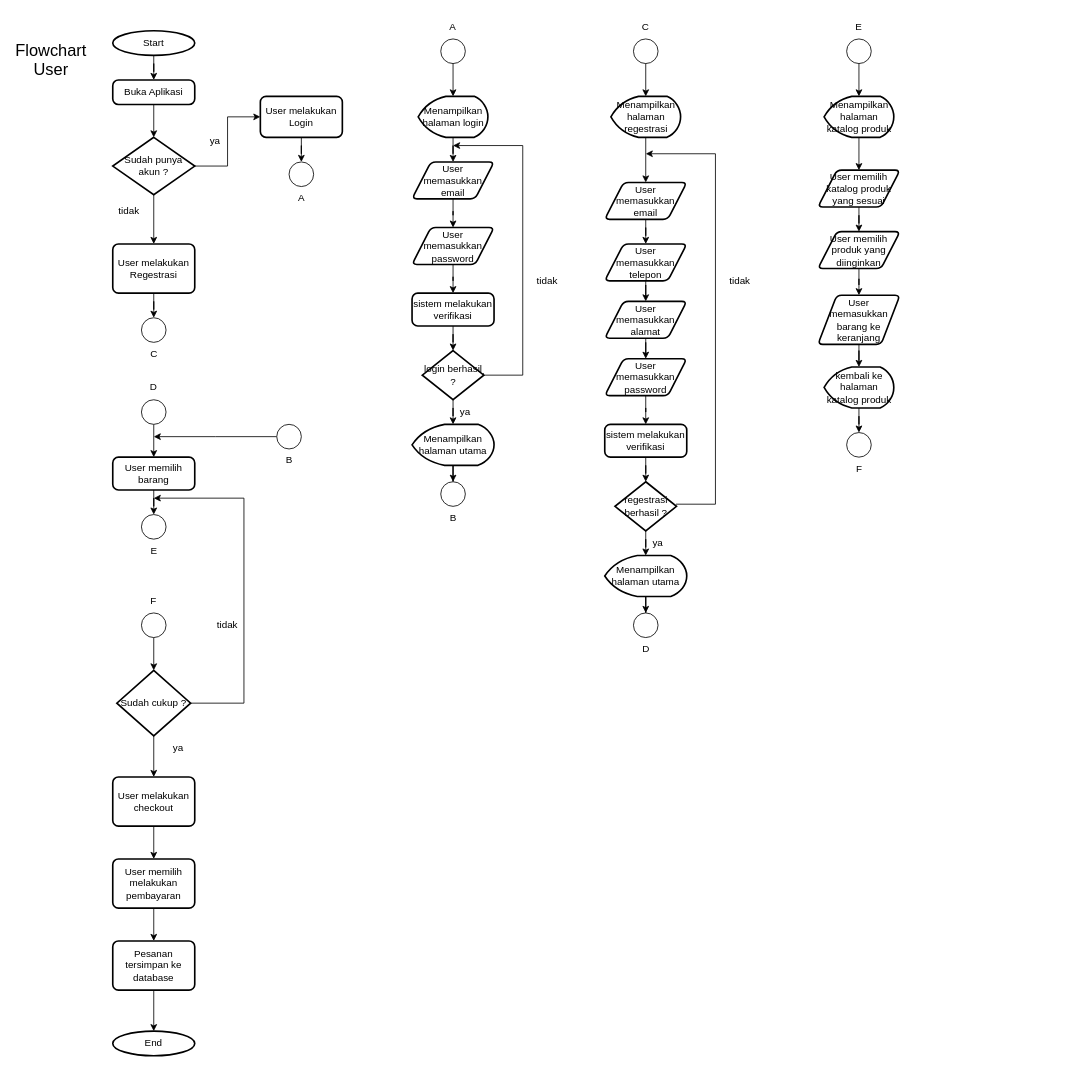
Above: Flowchart Ecomerce Elektronik.drawio in zerocode0806/Flowchart-E-Comerce-Elektronik (draw.io), before the change. Source tidied: cells renumbered, new cells numbered last; positions are measured from the earlier drawing's top-left corner, leaving out a move shared by most shapes. Both pictures are drawn from the tidied source at 82%, with x=0, y=0 at pixel (14, 14).
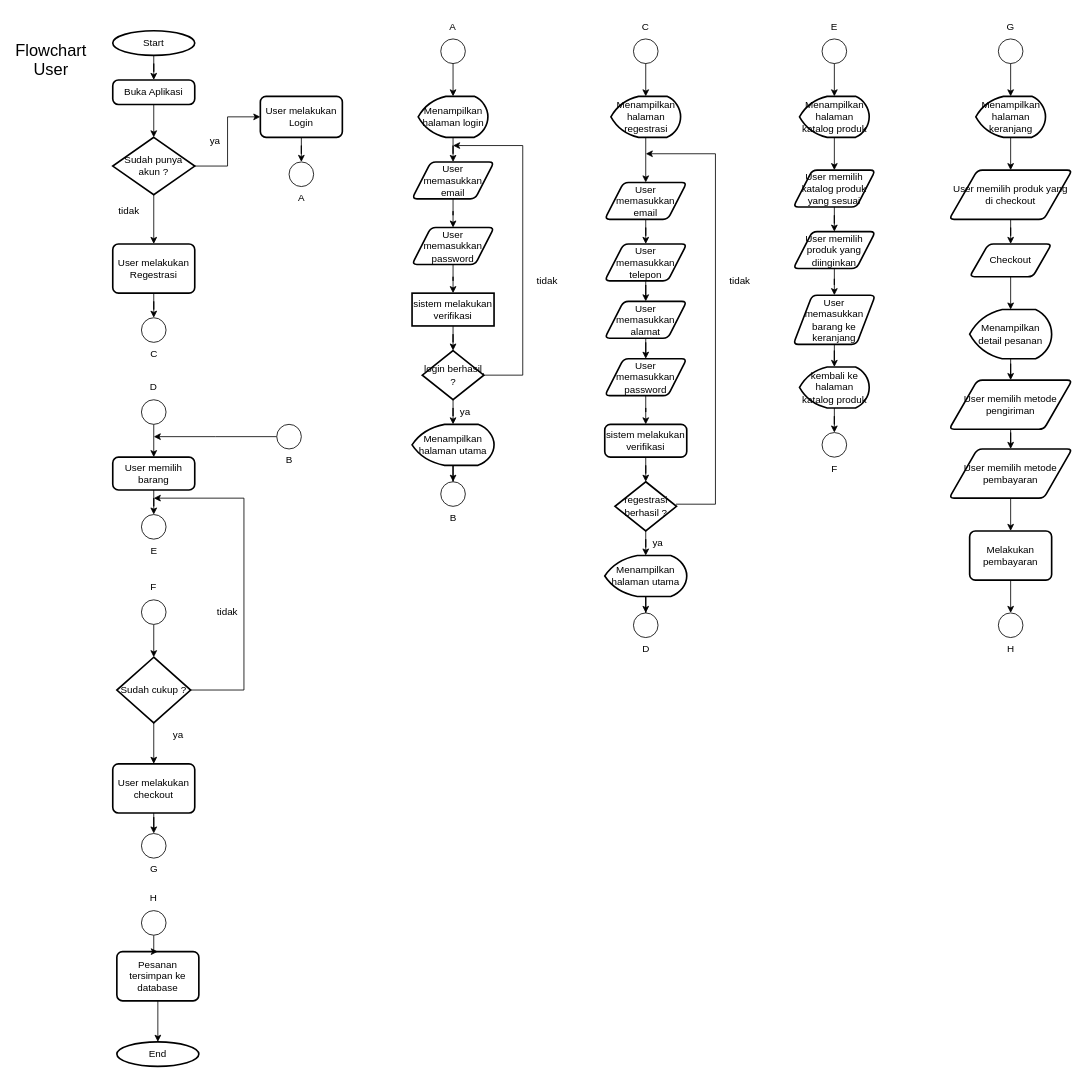
The same diagram, later.

Diff of the diagram source:
```diff
@@
     <mxCell id="16" style="edgeStyle=orthogonalEdgeStyle;rounded=0;jettySize=auto;html=1;exitX=1;exitY=0.5;exitDx=0;exitDy=0;exitPerimeter=0;" parent="1" edge="1" source="17">
       <mxGeometry relative="1" as="geometry">
         <mxPoint x="170" y="590" as="targetPoint" />
         <Array as="points">
-          <mxPoint x="280" y="840" />
+          <mxPoint x="280" y="824" />
           <mxPoint x="280" y="590" />
         </Array>
       </mxGeometry>
     </mxCell>
     <mxCell id="17" value="Sudah cukup ?" style="strokeWidth=2;html=1;shape=mxgraph.flowchart.decision;whiteSpace=wrap;" parent="1" vertex="1">
-      <mxGeometry x="125" y="800" width="90" height="80" as="geometry" />
+      <mxGeometry x="125" y="784" width="90" height="80" as="geometry" />
     </mxCell>
     <mxCell id="18" value="tidak" style="text;html=1;whiteSpace=wrap;strokeColor=none;fillColor=none;align=center;verticalAlign=middle;rounded=0;" parent="1" vertex="1">
-      <mxGeometry x="230" y="730" width="60" height="30" as="geometry" />
+      <mxGeometry x="230" y="714" width="60" height="30" as="geometry" />
     </mxCell>
-    <mxCell id="19" style="edgeStyle=orthogonalEdgeStyle;rounded=0;jettySize=auto;html=1;entryX=0.5;entryY=0;entryDx=0;entryDy=0;" parent="1" edge="1" source="20" target="23">
-      <mxGeometry relative="1" as="geometry" />
-    </mxCell>
     <mxCell id="20" value="User melakukan checkout" style="rounded=1;whiteSpace=wrap;html=1;absoluteArcSize=1;arcSize=14;strokeWidth=2;" parent="1" vertex="1">
-      <mxGeometry x="120" y="930" width="100" height="60" as="geometry" />
+      <mxGeometry x="120" y="914" width="100" height="60" as="geometry" />
     </mxCell>
     <mxCell id="21" value="ya" style="text;html=1;whiteSpace=wrap;strokeColor=none;fillColor=none;align=center;verticalAlign=middle;rounded=0;" parent="1" vertex="1">
-      <mxGeometry x="170" y="880" width="60" height="30" as="geometry" />
+      <mxGeometry x="170" y="864" width="60" height="30" as="geometry" />
     </mxCell>
-    <mxCell id="22" style="edgeStyle=orthogonalEdgeStyle;rounded=0;jettySize=auto;html=1;" parent="1" edge="1" source="23" target="25">
-      <mxGeometry relative="1" as="geometry" />
-    </mxCell>
-    <mxCell id="23" value="User memilih melakukan pembayaran" style="rounded=1;whiteSpace=wrap;html=1;absoluteArcSize=1;arcSize=14;strokeWidth=2;" parent="1" vertex="1">
-      <mxGeometry x="120" y="1030" width="100" height="60" as="geometry" />
-    </mxCell>
@@
     <mxCell id="25" value="Pesanan tersimpan ke database" style="rounded=1;whiteSpace=wrap;html=1;absoluteArcSize=1;arcSize=14;strokeWidth=2;" parent="1" vertex="1">
-      <mxGeometry x="120" y="1130" width="100" height="60" as="geometry" />
+      <mxGeometry x="125" y="1143" width="100" height="60" as="geometry" />
     </mxCell>
     <mxCell id="26" value="End" style="strokeWidth=2;html=1;shape=mxgraph.flowchart.start_1;whiteSpace=wrap;" parent="1" vertex="1">
-      <mxGeometry x="120" y="1240" width="100" height="30" as="geometry" />
+      <mxGeometry x="125" y="1253" width="100" height="30" as="geometry" />
     </mxCell>
@@
-    <mxCell id="39" value="sistem melakukan verifikasi" style="rounded=1;whiteSpace=wrap;html=1;absoluteArcSize=1;arcSize=14;strokeWidth=2;" parent="1" vertex="1">
+    <mxCell id="39" value="sistem melakukan verifikasi" style="rounded=1;whiteSpace=wrap;html=1;absoluteArcSize=1;arcSize=0;strokeWidth=2;" parent="1" vertex="1">
       <mxGeometry x="485" y="340" width="100" height="40" as="geometry" />
     </mxCell>
@@
     <mxCell id="78" value="&lt;div style=&quot;&quot;&gt;&lt;br&gt;&lt;/div&gt;" style="verticalLabelPosition=bottom;verticalAlign=top;html=1;shape=mxgraph.flowchart.on-page_reference;align=center;" parent="1" vertex="1">
-      <mxGeometry x="1015" y="30" width="30" height="30" as="geometry" />
+      <mxGeometry x="985" y="30" width="30" height="30" as="geometry" />
     </mxCell>
@@
     <mxCell id="80" value="Menampilkan halaman katalog produk" style="strokeWidth=2;html=1;shape=mxgraph.flowchart.display;whiteSpace=wrap;" parent="1" vertex="1">
-      <mxGeometry x="987.5" y="100" width="85" height="50" as="geometry" />
+      <mxGeometry x="957.5" y="100" width="85" height="50" as="geometry" />
     </mxCell>
@@
     <mxCell id="82" value="E" style="text;html=1;whiteSpace=wrap;strokeColor=none;fillColor=none;align=center;verticalAlign=middle;rounded=0;" parent="1" vertex="1">
-      <mxGeometry x="1000" width="60" height="30" as="geometry" />
+      <mxGeometry x="970" width="60" height="30" as="geometry" />
     </mxCell>
@@
     <mxCell id="84" value="User memilih katalog produk yang sesuai" style="shape=parallelogram;html=1;strokeWidth=2;perimeter=parallelogramPerimeter;whiteSpace=wrap;rounded=1;arcSize=12;size=0.23;" parent="1" vertex="1">
-      <mxGeometry x="980" y="190" width="100" height="45" as="geometry" />
+      <mxGeometry x="950" y="190" width="100" height="45" as="geometry" />
     </mxCell>
@@
     <mxCell id="86" value="User memilih produk yang diinginkan" style="shape=parallelogram;html=1;strokeWidth=2;perimeter=parallelogramPerimeter;whiteSpace=wrap;rounded=1;arcSize=12;size=0.23;" parent="1" vertex="1">
-      <mxGeometry x="980" y="265" width="100" height="45" as="geometry" />
+      <mxGeometry x="950" y="265" width="100" height="45" as="geometry" />
     </mxCell>
@@
     <mxCell id="88" value="User memasukkan barang ke keranjang" style="shape=parallelogram;html=1;strokeWidth=2;perimeter=parallelogramPerimeter;whiteSpace=wrap;rounded=1;arcSize=12;size=0.23;" parent="1" vertex="1">
-      <mxGeometry x="980" y="342.5" width="100" height="60" as="geometry" />
+      <mxGeometry x="950" y="342.5" width="100" height="60" as="geometry" />
     </mxCell>
@@
     <mxCell id="90" value="kembali ke halaman katalog produk" style="strokeWidth=2;html=1;shape=mxgraph.flowchart.display;whiteSpace=wrap;" parent="1" vertex="1">
-      <mxGeometry x="987.5" y="430" width="85" height="50" as="geometry" />
+      <mxGeometry x="957.5" y="430" width="85" height="50" as="geometry" />
     </mxCell>
     <mxCell id="91" value="F" style="verticalLabelPosition=bottom;verticalAlign=top;html=1;shape=mxgraph.flowchart.on-page_reference;" parent="1" vertex="1">
-      <mxGeometry x="1015" y="510" width="30" height="30" as="geometry" />
+      <mxGeometry x="985" y="510" width="30" height="30" as="geometry" />
     </mxCell>
@@
     <mxCell id="95" value="&lt;div style=&quot;&quot;&gt;&lt;br&gt;&lt;/div&gt;" style="verticalLabelPosition=bottom;verticalAlign=top;html=1;shape=mxgraph.flowchart.on-page_reference;align=center;" parent="1" vertex="1">
-      <mxGeometry x="155" y="730" width="30" height="30" as="geometry" />
+      <mxGeometry x="155" y="714" width="30" height="30" as="geometry" />
     </mxCell>
     <mxCell id="96" value="F" style="text;html=1;whiteSpace=wrap;strokeColor=none;fillColor=none;align=center;verticalAlign=middle;rounded=0;" parent="1" vertex="1">
-      <mxGeometry x="140" y="700" width="60" height="30" as="geometry" />
+      <mxGeometry x="140" y="684" width="60" height="30" as="geometry" />
     </mxCell>
+    <mxCell id="97" value="&lt;div style=&quot;&quot;&gt;&lt;br&gt;&lt;/div&gt;" style="verticalLabelPosition=bottom;verticalAlign=top;html=1;shape=mxgraph.flowchart.on-page_reference;align=center;" parent="1" vertex="1">
+      <mxGeometry x="1200" y="30" width="30" height="30" as="geometry" />
+    </mxCell>
+    <mxCell id="98" style="edgeStyle=orthogonalEdgeStyle;rounded=0;jettySize=auto;html=1;" parent="1" edge="1" source="99" target="107">
+      <mxGeometry relative="1" as="geometry" />
+    </mxCell>
+    <mxCell id="99" value="Menampilkan halaman keranjang" style="strokeWidth=2;html=1;shape=mxgraph.flowchart.display;whiteSpace=wrap;" parent="1" vertex="1">
+      <mxGeometry x="1172.5" y="100" width="85" height="50" as="geometry" />
+    </mxCell>
+    <mxCell id="100" style="edgeStyle=orthogonalEdgeStyle;rounded=0;jettySize=auto;html=1;entryX=0.5;entryY=0;entryDx=0;entryDy=0;entryPerimeter=0;" parent="1" edge="1" source="97" target="99">
+      <mxGeometry relative="1" as="geometry" />
+    </mxCell>
+    <mxCell id="101" value="G" style="text;html=1;whiteSpace=wrap;strokeColor=none;fillColor=none;align=center;verticalAlign=middle;rounded=0;" parent="1" vertex="1">
+      <mxGeometry x="1185" width="60" height="30" as="geometry" />
+    </mxCell>
+    <mxCell id="102" style="edgeStyle=orthogonalEdgeStyle;rounded=0;jettySize=auto;html=1;" parent="1" edge="1" source="103" target="105">
+      <mxGeometry relative="1" as="geometry" />
+    </mxCell>
+    <mxCell id="103" value="Checkout" style="shape=parallelogram;html=1;strokeWidth=2;perimeter=parallelogramPerimeter;whiteSpace=wrap;rounded=1;arcSize=12;size=0.23;" parent="1" vertex="1">
+      <mxGeometry x="1165" y="280" width="100" height="40" as="geometry" />
+    </mxCell>
+    <mxCell id="104" style="edgeStyle=orthogonalEdgeStyle;rounded=0;jettySize=auto;html=1;" parent="1" edge="1" source="105" target="109">
+      <mxGeometry relative="1" as="geometry" />
+    </mxCell>
+    <mxCell id="105" value="Menampilkan detail pesanan" style="strokeWidth=2;html=1;shape=mxgraph.flowchart.display;whiteSpace=wrap;" parent="1" vertex="1">
+      <mxGeometry x="1165" y="360" width="100" height="60" as="geometry" />
+    </mxCell>
+    <mxCell id="106" style="edgeStyle=orthogonalEdgeStyle;rounded=0;jettySize=auto;html=1;" parent="1" edge="1" source="107" target="103">
+      <mxGeometry relative="1" as="geometry" />
+    </mxCell>
+    <mxCell id="107" value="User memilih produk yang di checkout" style="shape=parallelogram;html=1;strokeWidth=2;perimeter=parallelogramPerimeter;whiteSpace=wrap;rounded=1;arcSize=12;size=0.23;" parent="1" vertex="1">
+      <mxGeometry x="1140" y="190" width="150" height="60" as="geometry" />
+    </mxCell>
+    <mxCell id="108" style="edgeStyle=orthogonalEdgeStyle;rounded=0;jettySize=auto;html=1;" parent="1" edge="1" source="109" target="111">
+      <mxGeometry relative="1" as="geometry" />
+    </mxCell>
+    <mxCell id="109" value="User memilih metode pengiriman" style="shape=parallelogram;html=1;strokeWidth=2;perimeter=parallelogramPerimeter;whiteSpace=wrap;rounded=1;arcSize=12;size=0.23;" parent="1" vertex="1">
+      <mxGeometry x="1140" y="446" width="150" height="60" as="geometry" />
+    </mxCell>
+    <mxCell id="110" style="edgeStyle=orthogonalEdgeStyle;rounded=0;jettySize=auto;html=1;" parent="1" edge="1" source="111" target="113">
+      <mxGeometry relative="1" as="geometry" />
+    </mxCell>
+    <mxCell id="111" value="User memilih metode pembayaran" style="shape=parallelogram;html=1;strokeWidth=2;perimeter=parallelogramPerimeter;whiteSpace=wrap;rounded=1;arcSize=12;size=0.23;" parent="1" vertex="1">
+      <mxGeometry x="1140" y="530" width="150" height="60" as="geometry" />
+    </mxCell>
+    <mxCell id="112" style="edgeStyle=orthogonalEdgeStyle;rounded=0;jettySize=auto;html=1;" parent="1" edge="1" source="113" target="114">
+      <mxGeometry relative="1" as="geometry" />
+    </mxCell>
+    <mxCell id="113" value="Melakukan pembayaran" style="rounded=1;whiteSpace=wrap;html=1;absoluteArcSize=1;arcSize=14;strokeWidth=2;" parent="1" vertex="1">
+      <mxGeometry x="1165" y="630" width="100" height="60" as="geometry" />
+    </mxCell>
+    <mxCell id="114" value="&lt;div style=&quot;&quot;&gt;H&lt;/div&gt;" style="verticalLabelPosition=bottom;verticalAlign=top;html=1;shape=mxgraph.flowchart.on-page_reference;align=center;" parent="1" vertex="1">
+      <mxGeometry x="1200" y="730" width="30" height="30" as="geometry" />
+    </mxCell>
+    <mxCell id="115" value="G" style="verticalLabelPosition=bottom;verticalAlign=top;html=1;shape=mxgraph.flowchart.on-page_reference;" parent="1" vertex="1">
+      <mxGeometry x="155" y="999" width="30" height="30" as="geometry" />
+    </mxCell>
+    <mxCell id="116" value="H" style="text;html=1;whiteSpace=wrap;strokeColor=none;fillColor=none;align=center;verticalAlign=middle;rounded=0;" parent="1" vertex="1">
+      <mxGeometry x="140" y="1063" width="60" height="30" as="geometry" />
+    </mxCell>
+    <mxCell id="117" style="edgeStyle=orthogonalEdgeStyle;rounded=0;jettySize=auto;html=1;entryX=0.5;entryY=0;entryDx=0;entryDy=0;" parent="1" edge="1" source="118" target="25">
+      <mxGeometry relative="1" as="geometry" />
+    </mxCell>
+    <mxCell id="118" value="&lt;div style=&quot;&quot;&gt;&lt;br&gt;&lt;/div&gt;" style="verticalLabelPosition=bottom;verticalAlign=top;html=1;shape=mxgraph.flowchart.on-page_reference;align=center;" parent="1" vertex="1">
+      <mxGeometry x="155" y="1093" width="30" height="30" as="geometry" />
+    </mxCell>
+    <mxCell id="119" style="edgeStyle=orthogonalEdgeStyle;rounded=0;jettySize=auto;html=1;entryX=0.5;entryY=0;entryDx=0;entryDy=0;entryPerimeter=0;" parent="1" edge="1" source="20" target="115">
+      <mxGeometry relative="1" as="geometry" />
+    </mxCell>
```
